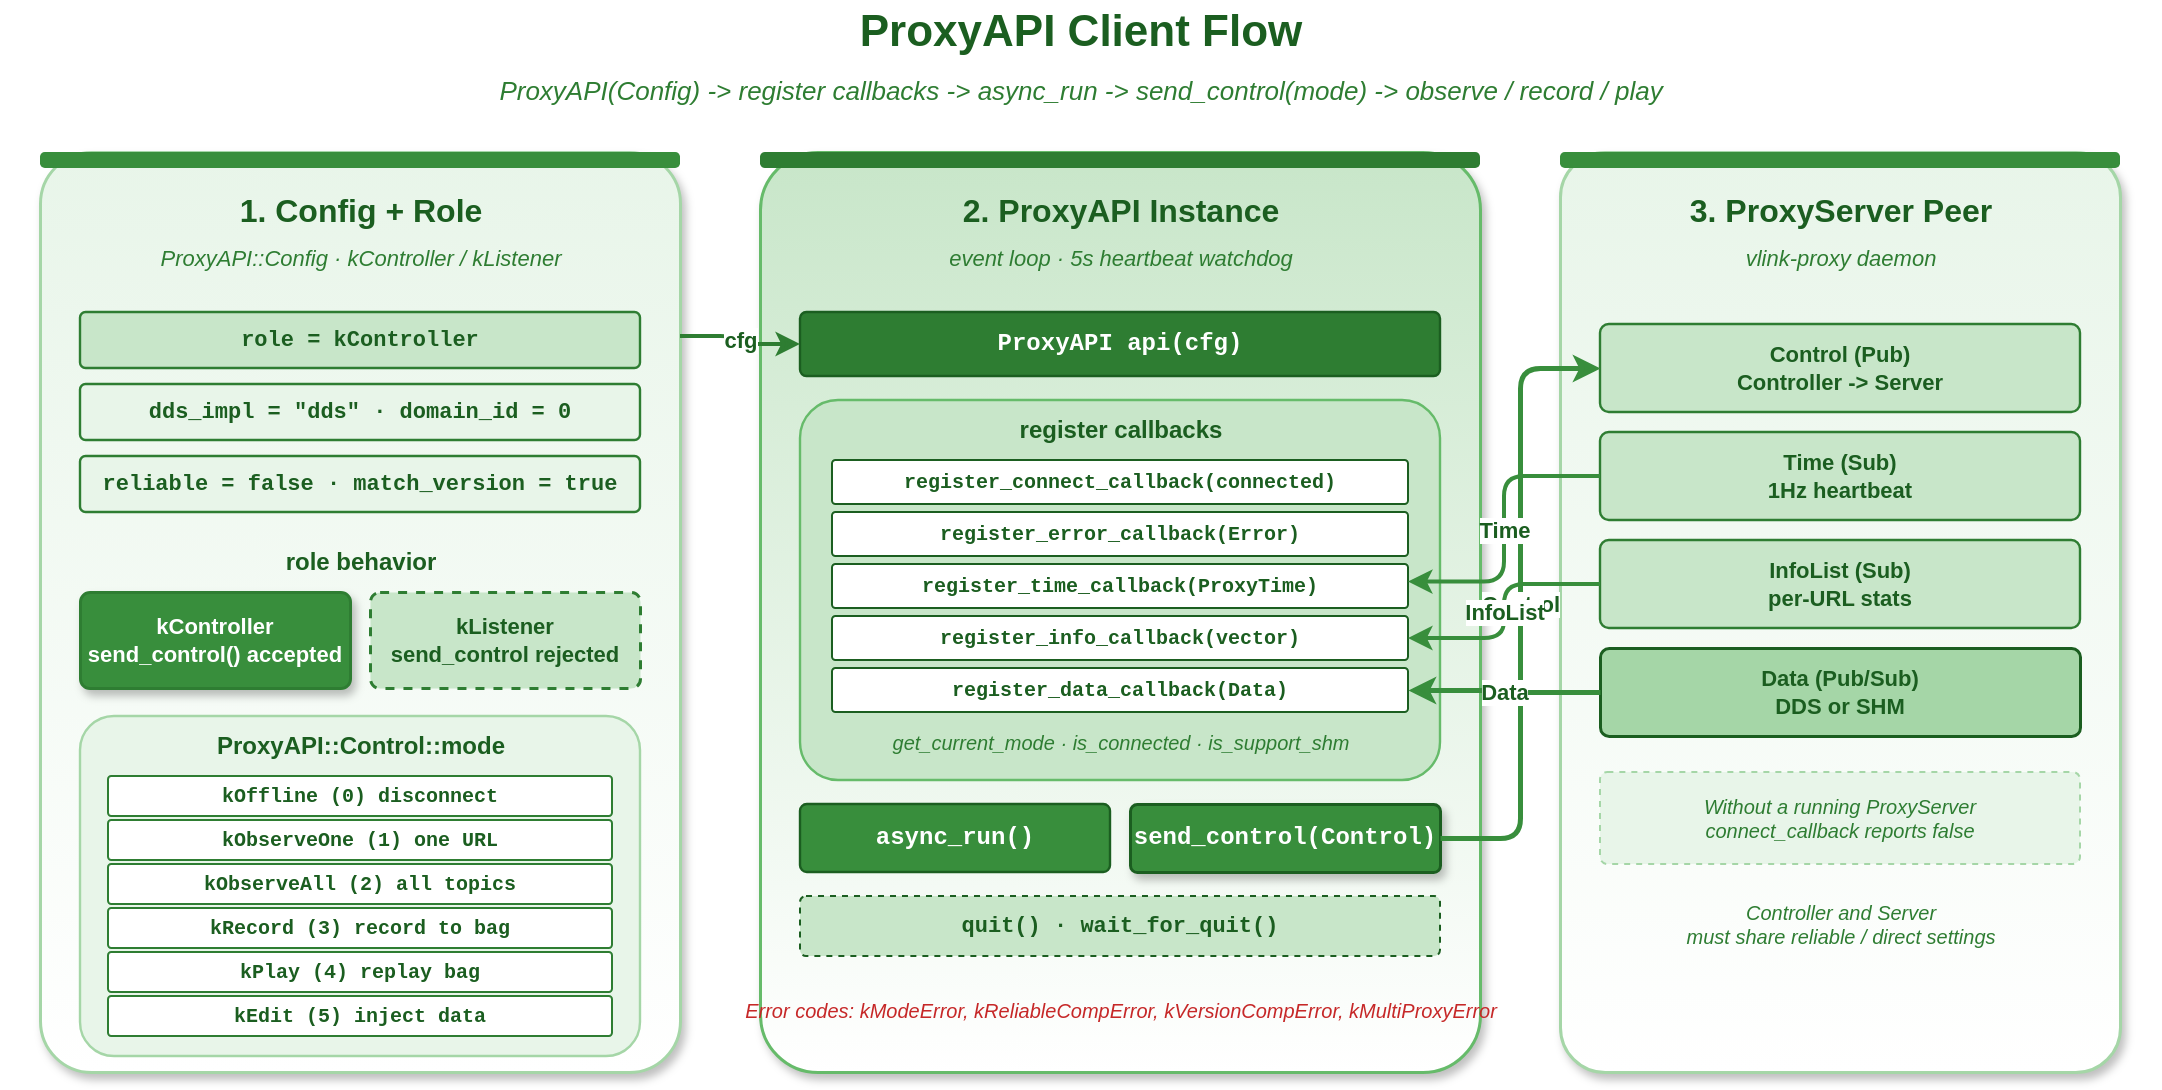
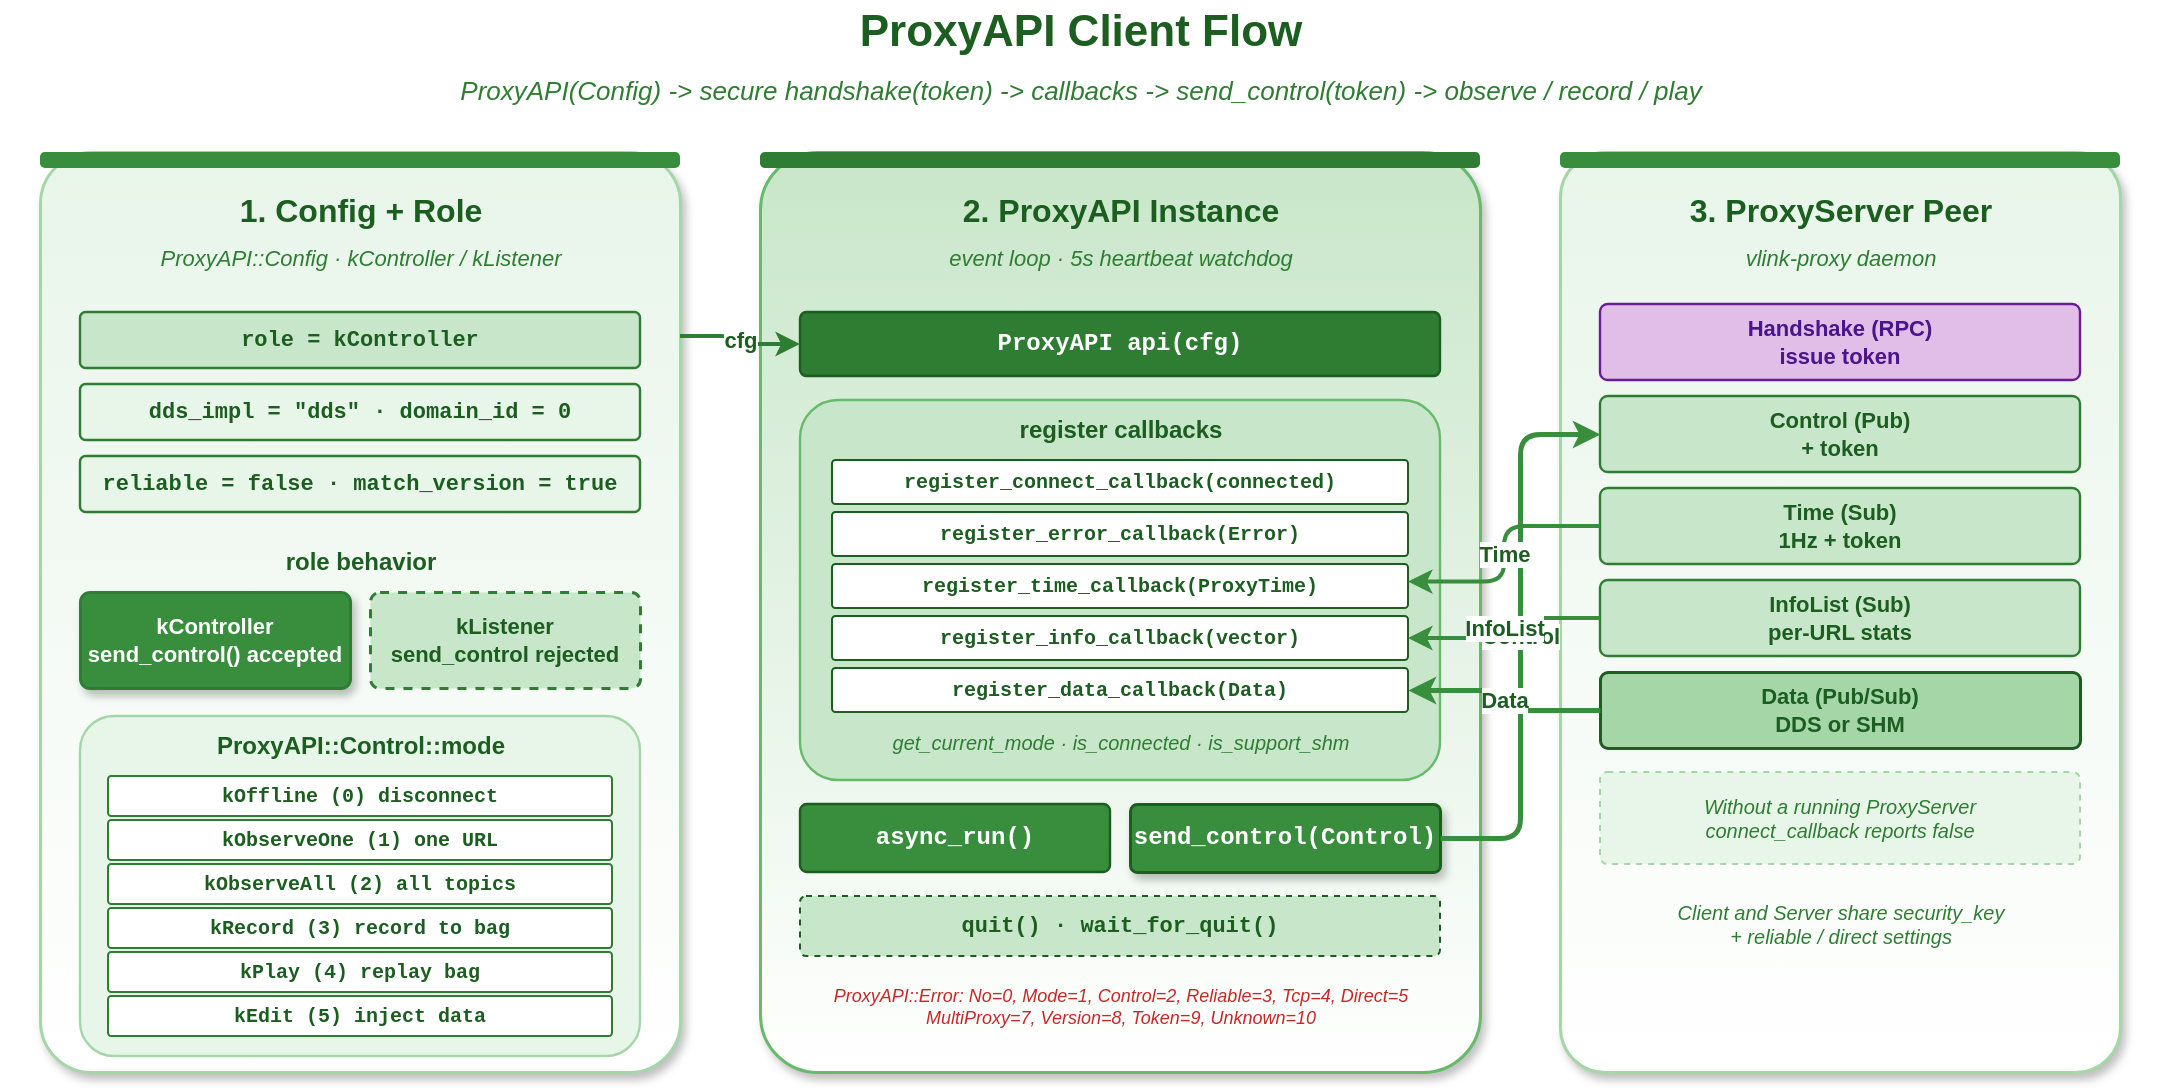
<mxfile host="app.diagrams.net" modified="2026-05-19T00:00:00.000Z" agent="Claude" version="24.0.0" type="device">
  <diagram id="proxy-api-client-flow" name="ProxyAPI Client Flow">
    <mxGraphModel dx="1120" dy="640" grid="0" gridSize="10" guides="1" tooltips="1" connect="1" arrows="1" fold="1" page="1" pageScale="1" pageWidth="1120" pageHeight="640" math="0" shadow="0">
      <root>
        <mxCell id="0" />
        <mxCell id="1" parent="0" />

        <mxCell id="title" value="ProxyAPI Client Flow" style="text;html=1;align=center;verticalAlign=middle;strokeColor=none;fillColor=none;fontSize=22;fontStyle=1;fontColor=#1b5e20;" vertex="1" parent="1">
          <mxGeometry x="20" y="24" width="1080" height="32" as="geometry" />
        </mxCell>
-         <mxCell id="subtitle" value="ProxyAPI(Config) -&gt; register callbacks -&gt; async_run -&gt; send_control(mode) -&gt; observe / record / play" style="text;html=1;align=center;verticalAlign=middle;strokeColor=none;fillColor=none;fontSize=13;fontStyle=2;fontColor=#2e7d32;" vertex="1" parent="1">
+         <mxCell id="subtitle" value="ProxyAPI(Config) -&gt; secure handshake(token) -&gt; callbacks -&gt; send_control(token) -&gt; observe / record / play" style="text;html=1;align=center;verticalAlign=middle;strokeColor=none;fillColor=none;fontSize=13;fontStyle=2;fontColor=#2e7d32;" vertex="1" parent="1">
          <mxGeometry x="20" y="58" width="1080" height="22" as="geometry" />
        </mxCell>

        <!-- Section 1: Config and Roles -->
        <mxCell id="cfg_bg" value="" style="rounded=1;whiteSpace=wrap;html=1;fillColor=#ffffff;strokeColor=#a5d6a7;strokeWidth=1.5;arcSize=8;shadow=1;gradientColor=#e8f5e9;gradientDirection=north;" vertex="1" parent="1">
          <mxGeometry x="40" y="100" width="320" height="460" as="geometry" />
        </mxCell>
        <mxCell id="cfg_bar" value="" style="rounded=1;whiteSpace=wrap;html=1;fillColor=#388e3c;strokeColor=none;arcSize=30;" vertex="1" parent="1">
          <mxGeometry x="40" y="100" width="320" height="8" as="geometry" />
        </mxCell>
        <mxCell id="cfg_t" value="1. Config + Role" style="text;html=1;align=center;verticalAlign=middle;strokeColor=none;fillColor=none;fontSize=16;fontStyle=1;fontColor=#1b5e20;" vertex="1" parent="1">
          <mxGeometry x="40" y="116" width="320" height="26" as="geometry" />
        </mxCell>
        <mxCell id="cfg_st" value="ProxyAPI::Config &#183; kController / kListener" style="text;html=1;align=center;verticalAlign=middle;strokeColor=none;fillColor=none;fontSize=11;fontStyle=2;fontColor=#2e7d32;" vertex="1" parent="1">
          <mxGeometry x="40" y="144" width="320" height="18" as="geometry" />
        </mxCell>

        <mxCell id="cfg_role" value="role = kController" style="rounded=1;whiteSpace=wrap;html=1;fillColor=#c8e6c9;strokeColor=#2e7d32;strokeWidth=1.2;arcSize=10;fontSize=11;fontFamily=Courier New;fontStyle=1;fontColor=#1b5e20;" vertex="1" parent="1">
          <mxGeometry x="60" y="180" width="280" height="28" as="geometry" />
        </mxCell>
        <mxCell id="cfg_dds" value="dds_impl = &quot;dds&quot;  &#183;  domain_id = 0" style="rounded=1;whiteSpace=wrap;html=1;fillColor=#e8f5e9;strokeColor=#2e7d32;strokeWidth=1.2;arcSize=10;fontSize=11;fontFamily=Courier New;fontStyle=1;fontColor=#1b5e20;" vertex="1" parent="1">
          <mxGeometry x="60" y="216" width="280" height="28" as="geometry" />
        </mxCell>
        <mxCell id="cfg_rel" value="reliable = false  &#183;  match_version = true" style="rounded=1;whiteSpace=wrap;html=1;fillColor=#e8f5e9;strokeColor=#2e7d32;strokeWidth=1.2;arcSize=10;fontSize=11;fontFamily=Courier New;fontStyle=1;fontColor=#1b5e20;" vertex="1" parent="1">
          <mxGeometry x="60" y="252" width="280" height="28" as="geometry" />
        </mxCell>

        <mxCell id="role_t" value="role behavior" style="text;html=1;align=center;verticalAlign=middle;strokeColor=none;fillColor=none;fontSize=12;fontStyle=1;fontColor=#1b5e20;" vertex="1" parent="1">
          <mxGeometry x="60" y="294" width="280" height="22" as="geometry" />
        </mxCell>
        <mxCell id="role_ctrl" value="kController&#10;send_control() accepted" style="rounded=1;whiteSpace=wrap;html=1;fillColor=#388e3c;strokeColor=#2e7d32;strokeWidth=1.5;arcSize=10;fontSize=11;fontStyle=1;fontColor=#ffffff;shadow=1;" vertex="1" parent="1">
          <mxGeometry x="60" y="320" width="135" height="48" as="geometry" />
        </mxCell>
        <mxCell id="role_lis" value="kListener&#10;send_control rejected" style="rounded=1;whiteSpace=wrap;html=1;fillColor=#c8e6c9;strokeColor=#2e7d32;strokeWidth=1.5;arcSize=10;fontSize=11;fontStyle=1;fontColor=#1b5e20;dashed=1;" vertex="1" parent="1">
          <mxGeometry x="205" y="320" width="135" height="48" as="geometry" />
        </mxCell>

        <mxCell id="modes_box" value="" style="rounded=1;whiteSpace=wrap;html=1;fillColor=#e8f5e9;strokeColor=#a5d6a7;strokeWidth=1.2;arcSize=10;" vertex="1" parent="1">
          <mxGeometry x="60" y="382" width="280" height="170" as="geometry" />
        </mxCell>
        <mxCell id="modes_t" value="ProxyAPI::Control::mode" style="text;html=1;align=center;verticalAlign=middle;strokeColor=none;fillColor=none;fontSize=12;fontStyle=1;fontColor=#1b5e20;" vertex="1" parent="1">
          <mxGeometry x="60" y="386" width="280" height="22" as="geometry" />
        </mxCell>
        <mxCell id="m_off" value="kOffline (0)        disconnect" style="rounded=1;whiteSpace=wrap;html=1;fillColor=#ffffff;strokeColor=#2e7d32;strokeWidth=1;arcSize=8;fontSize=10;fontFamily=Courier New;fontStyle=1;fontColor=#1b5e20;" vertex="1" parent="1">
          <mxGeometry x="74" y="412" width="252" height="20" as="geometry" />
        </mxCell>
        <mxCell id="m_one" value="kObserveOne (1)     one URL" style="rounded=1;whiteSpace=wrap;html=1;fillColor=#ffffff;strokeColor=#2e7d32;strokeWidth=1;arcSize=8;fontSize=10;fontFamily=Courier New;fontStyle=1;fontColor=#1b5e20;" vertex="1" parent="1">
          <mxGeometry x="74" y="434" width="252" height="20" as="geometry" />
        </mxCell>
        <mxCell id="m_all" value="kObserveAll (2)     all topics" style="rounded=1;whiteSpace=wrap;html=1;fillColor=#ffffff;strokeColor=#2e7d32;strokeWidth=1;arcSize=8;fontSize=10;fontFamily=Courier New;fontStyle=1;fontColor=#1b5e20;" vertex="1" parent="1">
          <mxGeometry x="74" y="456" width="252" height="20" as="geometry" />
        </mxCell>
        <mxCell id="m_rec" value="kRecord (3)         record to bag" style="rounded=1;whiteSpace=wrap;html=1;fillColor=#ffffff;strokeColor=#2e7d32;strokeWidth=1;arcSize=8;fontSize=10;fontFamily=Courier New;fontStyle=1;fontColor=#1b5e20;" vertex="1" parent="1">
          <mxGeometry x="74" y="478" width="252" height="20" as="geometry" />
        </mxCell>
        <mxCell id="m_play" value="kPlay (4)           replay bag" style="rounded=1;whiteSpace=wrap;html=1;fillColor=#ffffff;strokeColor=#2e7d32;strokeWidth=1;arcSize=8;fontSize=10;fontFamily=Courier New;fontStyle=1;fontColor=#1b5e20;" vertex="1" parent="1">
          <mxGeometry x="74" y="500" width="252" height="20" as="geometry" />
        </mxCell>
        <mxCell id="m_edit" value="kEdit (5)           inject data" style="rounded=1;whiteSpace=wrap;html=1;fillColor=#ffffff;strokeColor=#2e7d32;strokeWidth=1;arcSize=8;fontSize=10;fontFamily=Courier New;fontStyle=1;fontColor=#1b5e20;" vertex="1" parent="1">
          <mxGeometry x="74" y="522" width="252" height="20" as="geometry" />
        </mxCell>

        <!-- Section 2: API instance -->
        <mxCell id="api_bg" value="" style="rounded=1;whiteSpace=wrap;html=1;fillColor=#ffffff;strokeColor=#66bb6a;strokeWidth=1.5;arcSize=8;shadow=1;gradientColor=#c8e6c9;gradientDirection=north;" vertex="1" parent="1">
          <mxGeometry x="400" y="100" width="360" height="460" as="geometry" />
        </mxCell>
        <mxCell id="api_bar" value="" style="rounded=1;whiteSpace=wrap;html=1;fillColor=#2e7d32;strokeColor=none;arcSize=30;" vertex="1" parent="1">
          <mxGeometry x="400" y="100" width="360" height="8" as="geometry" />
        </mxCell>
        <mxCell id="api_t" value="2. ProxyAPI Instance" style="text;html=1;align=center;verticalAlign=middle;strokeColor=none;fillColor=none;fontSize=16;fontStyle=1;fontColor=#1b5e20;" vertex="1" parent="1">
          <mxGeometry x="400" y="116" width="360" height="26" as="geometry" />
        </mxCell>
        <mxCell id="api_st" value="event loop &#183; 5s heartbeat watchdog" style="text;html=1;align=center;verticalAlign=middle;strokeColor=none;fillColor=none;fontSize=11;fontStyle=2;fontColor=#2e7d32;" vertex="1" parent="1">
          <mxGeometry x="400" y="144" width="360" height="18" as="geometry" />
        </mxCell>

        <mxCell id="api_ctor" value="ProxyAPI api(cfg)" style="rounded=1;whiteSpace=wrap;html=1;fillColor=#2e7d32;strokeColor=#1b5e20;strokeWidth=1.2;arcSize=10;fontSize=12;fontFamily=Courier New;fontStyle=1;fontColor=#ffffff;" vertex="1" parent="1">
          <mxGeometry x="420" y="180" width="320" height="32" as="geometry" />
        </mxCell>

        <mxCell id="cb_box" value="" style="rounded=1;whiteSpace=wrap;html=1;fillColor=#c8e6c9;strokeColor=#66bb6a;strokeWidth=1.2;arcSize=10;" vertex="1" parent="1">
          <mxGeometry x="420" y="224" width="320" height="190" as="geometry" />
        </mxCell>
        <mxCell id="cb_t" value="register callbacks" style="text;html=1;align=center;verticalAlign=middle;strokeColor=none;fillColor=none;fontSize=12;fontStyle=1;fontColor=#1b5e20;" vertex="1" parent="1">
          <mxGeometry x="420" y="228" width="320" height="22" as="geometry" />
        </mxCell>
        <mxCell id="cb_conn" value="register_connect_callback(connected)" style="rounded=1;whiteSpace=wrap;html=1;fillColor=#ffffff;strokeColor=#1b5e20;strokeWidth=1;arcSize=8;fontSize=10;fontFamily=Courier New;fontStyle=1;fontColor=#1b5e20;" vertex="1" parent="1">
          <mxGeometry x="436" y="254" width="288" height="22" as="geometry" />
        </mxCell>
        <mxCell id="cb_err" value="register_error_callback(Error)" style="rounded=1;whiteSpace=wrap;html=1;fillColor=#ffffff;strokeColor=#1b5e20;strokeWidth=1;arcSize=8;fontSize=10;fontFamily=Courier New;fontStyle=1;fontColor=#1b5e20;" vertex="1" parent="1">
          <mxGeometry x="436" y="280" width="288" height="22" as="geometry" />
        </mxCell>
        <mxCell id="cb_time" value="register_time_callback(ProxyTime)" style="rounded=1;whiteSpace=wrap;html=1;fillColor=#ffffff;strokeColor=#1b5e20;strokeWidth=1;arcSize=8;fontSize=10;fontFamily=Courier New;fontStyle=1;fontColor=#1b5e20;" vertex="1" parent="1">
          <mxGeometry x="436" y="306" width="288" height="22" as="geometry" />
        </mxCell>
        <mxCell id="cb_info" value="register_info_callback(vector&lt;Info&gt;)" style="rounded=1;whiteSpace=wrap;html=1;fillColor=#ffffff;strokeColor=#1b5e20;strokeWidth=1;arcSize=8;fontSize=10;fontFamily=Courier New;fontStyle=1;fontColor=#1b5e20;" vertex="1" parent="1">
          <mxGeometry x="436" y="332" width="288" height="22" as="geometry" />
        </mxCell>
        <mxCell id="cb_data" value="register_data_callback(Data)" style="rounded=1;whiteSpace=wrap;html=1;fillColor=#ffffff;strokeColor=#1b5e20;strokeWidth=1;arcSize=8;fontSize=10;fontFamily=Courier New;fontStyle=1;fontColor=#1b5e20;" vertex="1" parent="1">
          <mxGeometry x="436" y="358" width="288" height="22" as="geometry" />
        </mxCell>
        <mxCell id="cb_qa" value="get_current_mode &#183; is_connected &#183; is_support_shm" style="text;html=1;align=center;verticalAlign=middle;strokeColor=none;fillColor=none;fontSize=10;fontStyle=2;fontColor=#2e7d32;" vertex="1" parent="1">
          <mxGeometry x="436" y="384" width="288" height="22" as="geometry" />
        </mxCell>

        <mxCell id="api_run" value="async_run()" style="rounded=1;whiteSpace=wrap;html=1;fillColor=#388e3c;strokeColor=#1b5e20;strokeWidth=1.2;arcSize=10;fontSize=12;fontFamily=Courier New;fontStyle=1;fontColor=#ffffff;" vertex="1" parent="1">
          <mxGeometry x="420" y="426" width="155" height="34" as="geometry" />
        </mxCell>
        <mxCell id="api_send" value="send_control(Control)" style="rounded=1;whiteSpace=wrap;html=1;fillColor=#388e3c;strokeColor=#1b5e20;strokeWidth=1.5;arcSize=10;fontSize=12;fontFamily=Courier New;fontStyle=1;fontColor=#ffffff;shadow=1;" vertex="1" parent="1">
          <mxGeometry x="585" y="426" width="155" height="34" as="geometry" />
        </mxCell>

        <mxCell id="api_shut" value="quit() &#183; wait_for_quit()" style="rounded=1;whiteSpace=wrap;html=1;fillColor=#c8e6c9;strokeColor=#1b5e20;strokeWidth=1;arcSize=10;fontSize=11;fontFamily=Courier New;fontStyle=1;fontColor=#1b5e20;dashed=1;" vertex="1" parent="1">
          <mxGeometry x="420" y="472" width="320" height="30" as="geometry" />
        </mxCell>

-         <mxCell id="api_err" value="Error codes: kModeError, kReliableCompError, kVersionCompError, kMultiProxyError" style="text;html=1;align=center;verticalAlign=middle;strokeColor=none;fillColor=none;fontSize=10;fontStyle=2;fontColor=#c62828;" vertex="1" parent="1">
-           <mxGeometry x="420" y="510" width="320" height="38" as="geometry" />
+         <mxCell id="api_err" value="ProxyAPI::Error: No=0, Mode=1, Control=2, Reliable=3, Tcp=4, Direct=5&#10;MultiProxy=7, Version=8, Token=9, Unknown=10" style="text;html=1;align=center;verticalAlign=middle;strokeColor=none;fillColor=none;fontSize=9;fontStyle=2;fontColor=#c62828;" vertex="1" parent="1">
+           <mxGeometry x="420" y="505" width="320" height="44" as="geometry" />
        </mxCell>

        <!-- Section 3: ProxyServer + channels -->
        <mxCell id="srv_bg" value="" style="rounded=1;whiteSpace=wrap;html=1;fillColor=#ffffff;strokeColor=#a5d6a7;strokeWidth=1.5;arcSize=8;shadow=1;gradientColor=#e8f5e9;gradientDirection=north;" vertex="1" parent="1">
          <mxGeometry x="800" y="100" width="280" height="460" as="geometry" />
        </mxCell>
        <mxCell id="srv_bar" value="" style="rounded=1;whiteSpace=wrap;html=1;fillColor=#388e3c;strokeColor=none;arcSize=30;" vertex="1" parent="1">
          <mxGeometry x="800" y="100" width="280" height="8" as="geometry" />
        </mxCell>
        <mxCell id="srv_t" value="3. ProxyServer Peer" style="text;html=1;align=center;verticalAlign=middle;strokeColor=none;fillColor=none;fontSize=16;fontStyle=1;fontColor=#1b5e20;" vertex="1" parent="1">
          <mxGeometry x="800" y="116" width="280" height="26" as="geometry" />
        </mxCell>
        <mxCell id="srv_st" value="vlink-proxy daemon" style="text;html=1;align=center;verticalAlign=middle;strokeColor=none;fillColor=none;fontSize=11;fontStyle=2;fontColor=#2e7d32;" vertex="1" parent="1">
          <mxGeometry x="800" y="144" width="280" height="18" as="geometry" />
        </mxCell>

-         <mxCell id="ch_ctrl" value="Control (Pub)&#10;Controller -&gt; Server" style="rounded=1;whiteSpace=wrap;html=1;fillColor=#c8e6c9;strokeColor=#2e7d32;strokeWidth=1.2;arcSize=10;fontSize=11;fontStyle=1;fontColor=#1b5e20;" vertex="1" parent="1">
-           <mxGeometry x="820" y="186" width="240" height="44" as="geometry" />
+         <mxCell id="ch_handshake" value="Handshake (RPC)&#10;issue token" style="rounded=1;whiteSpace=wrap;html=1;fillColor=#e1bee7;strokeColor=#6a1b9a;strokeWidth=1.2;arcSize=10;fontSize=11;fontStyle=1;fontColor=#4a148c;" vertex="1" parent="1">
+           <mxGeometry x="820" y="176" width="240" height="38" as="geometry" />
        </mxCell>
-         <mxCell id="ch_time" value="Time (Sub)&#10;1Hz heartbeat" style="rounded=1;whiteSpace=wrap;html=1;fillColor=#c8e6c9;strokeColor=#2e7d32;strokeWidth=1.2;arcSize=10;fontSize=11;fontStyle=1;fontColor=#1b5e20;" vertex="1" parent="1">
-           <mxGeometry x="820" y="240" width="240" height="44" as="geometry" />
+         <mxCell id="ch_ctrl" value="Control (Pub)&#10;+ token" style="rounded=1;whiteSpace=wrap;html=1;fillColor=#c8e6c9;strokeColor=#2e7d32;strokeWidth=1.2;arcSize=10;fontSize=11;fontStyle=1;fontColor=#1b5e20;" vertex="1" parent="1">
+           <mxGeometry x="820" y="222" width="240" height="38" as="geometry" />
+         </mxCell>
+         <mxCell id="ch_time" value="Time (Sub)&#10;1Hz + token" style="rounded=1;whiteSpace=wrap;html=1;fillColor=#c8e6c9;strokeColor=#2e7d32;strokeWidth=1.2;arcSize=10;fontSize=11;fontStyle=1;fontColor=#1b5e20;" vertex="1" parent="1">
+           <mxGeometry x="820" y="268" width="240" height="38" as="geometry" />
        </mxCell>
        <mxCell id="ch_info" value="InfoList (Sub)&#10;per-URL stats" style="rounded=1;whiteSpace=wrap;html=1;fillColor=#c8e6c9;strokeColor=#2e7d32;strokeWidth=1.2;arcSize=10;fontSize=11;fontStyle=1;fontColor=#1b5e20;" vertex="1" parent="1">
-           <mxGeometry x="820" y="294" width="240" height="44" as="geometry" />
+           <mxGeometry x="820" y="314" width="240" height="38" as="geometry" />
        </mxCell>
        <mxCell id="ch_data" value="Data (Pub/Sub)&#10;DDS or SHM" style="rounded=1;whiteSpace=wrap;html=1;fillColor=#a5d6a7;strokeColor=#1b5e20;strokeWidth=1.5;arcSize=10;fontSize=11;fontStyle=1;fontColor=#1b5e20;" vertex="1" parent="1">
-           <mxGeometry x="820" y="348" width="240" height="44" as="geometry" />
+           <mxGeometry x="820" y="360" width="240" height="38" as="geometry" />
        </mxCell>
        <mxCell id="srv_note" value="Without a running ProxyServer&#10;connect_callback reports false" style="rounded=1;whiteSpace=wrap;html=1;fillColor=#e8f5e9;strokeColor=#a5d6a7;strokeWidth=1;arcSize=8;fontSize=10;fontStyle=2;fontColor=#2e7d32;dashed=1;" vertex="1" parent="1">
          <mxGeometry x="820" y="410" width="240" height="46" as="geometry" />
        </mxCell>
-         <mxCell id="srv_match" value="Controller and Server&#10;must share reliable / direct settings" style="text;html=1;align=center;verticalAlign=middle;strokeColor=none;fillColor=none;fontSize=10;fontStyle=2;fontColor=#2e7d32;" vertex="1" parent="1">
+         <mxCell id="srv_match" value="Client and Server share security_key&#10;+ reliable / direct settings" style="text;html=1;align=center;verticalAlign=middle;strokeColor=none;fillColor=none;fontSize=10;fontStyle=2;fontColor=#2e7d32;" vertex="1" parent="1">
          <mxGeometry x="820" y="466" width="240" height="40" as="geometry" />
        </mxCell>

        <!-- Arrows -->
        <mxCell id="a_cfg_api" value="cfg" style="endArrow=classic;endFill=1;html=1;strokeWidth=2;strokeColor=#2e7d32;fontSize=11;fontStyle=1;fontColor=#1b5e20;labelBackgroundColor=#ffffff;rounded=1;edgeStyle=orthogonalEdgeStyle;exitX=1;exitY=0.2;entryX=0;entryY=0.5;" edge="1" parent="1" source="cfg_bg" target="api_ctor">
          <mxGeometry relative="1" as="geometry" />
        </mxCell>
        <mxCell id="a_api_ctrl" value="Control" style="endArrow=classic;endFill=1;html=1;strokeWidth=2.5;strokeColor=#388e3c;fontSize=11;fontStyle=1;fontColor=#1b5e20;labelBackgroundColor=#ffffff;rounded=1;edgeStyle=orthogonalEdgeStyle;exitX=1;exitY=0.5;entryX=0;entryY=0.5;" edge="1" parent="1" source="api_send" target="ch_ctrl">
          <mxGeometry relative="1" as="geometry" />
        </mxCell>
        <mxCell id="a_time_api" value="Time" style="endArrow=classic;endFill=1;html=1;strokeWidth=2;strokeColor=#388e3c;fontSize=11;fontStyle=1;fontColor=#1b5e20;labelBackgroundColor=#ffffff;rounded=1;edgeStyle=orthogonalEdgeStyle;exitX=0;exitY=0.5;entryX=1;entryY=0.4;" edge="1" parent="1" source="ch_time" target="cb_time">
          <mxGeometry relative="1" as="geometry" />
        </mxCell>
        <mxCell id="a_info_api" value="InfoList" style="endArrow=classic;endFill=1;html=1;strokeWidth=2;strokeColor=#388e3c;fontSize=11;fontStyle=1;fontColor=#1b5e20;labelBackgroundColor=#ffffff;rounded=1;edgeStyle=orthogonalEdgeStyle;exitX=0;exitY=0.5;entryX=1;entryY=0.5;" edge="1" parent="1" source="ch_info" target="cb_info">
          <mxGeometry relative="1" as="geometry" />
        </mxCell>
        <mxCell id="a_data_api" value="Data" style="endArrow=classic;endFill=1;html=1;strokeWidth=2.5;strokeColor=#388e3c;fontSize=11;fontStyle=1;fontColor=#1b5e20;labelBackgroundColor=#ffffff;rounded=1;edgeStyle=orthogonalEdgeStyle;exitX=0;exitY=0.5;entryX=1;entryY=0.5;" edge="1" parent="1" source="ch_data" target="cb_data">
          <mxGeometry relative="1" as="geometry" />
        </mxCell>

      </root>
    </mxGraphModel>
  </diagram>
</mxfile>
